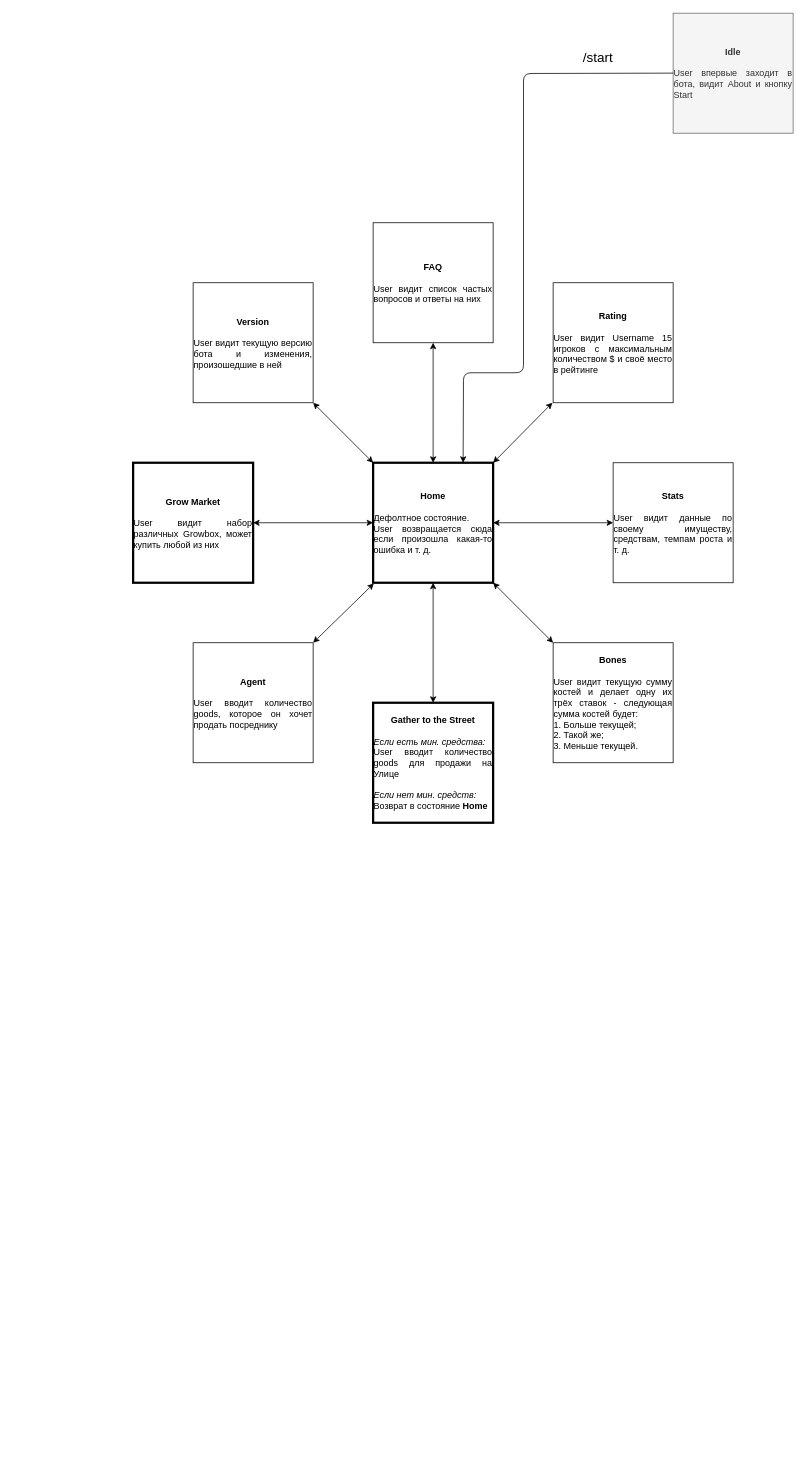
Before: materials/architecture.drawio in 4anky/growbot, a draw.io diagram. Source tidied: cells renumbered, new cells numbered last; positions are measured from the earlier drawing's top-left corner, leaving out a move shared by most shapes. Both pictures are drawn from the tidied source at 75%, with x=0, y=0 at pixel (133, 13).
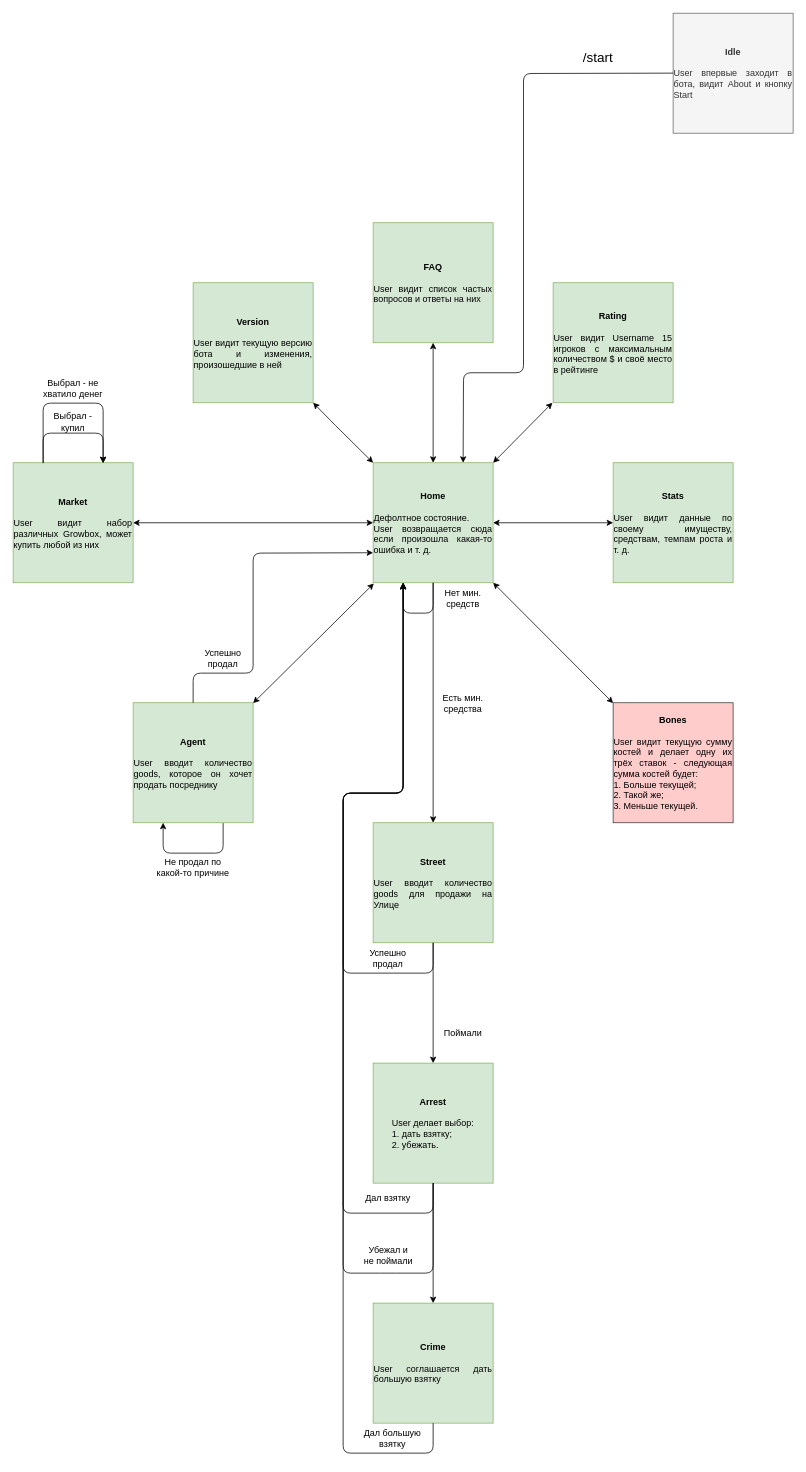
The same diagram, later.

The edit, as a diff of the source:
```diff
@@
-    <mxCell id="3" value="&lt;b&gt;Home&lt;/b&gt;&lt;br&gt;&lt;br&gt;&lt;div style=&quot;text-align: justify&quot;&gt;&lt;span&gt;Дефолтное состояние.&amp;nbsp;&lt;/span&gt;&lt;/div&gt;&lt;div style=&quot;text-align: justify&quot;&gt;&lt;span&gt;User возвращается сюда если произошла какая-то ошибка и т. д.&lt;/span&gt;&lt;/div&gt;" style="whiteSpace=wrap;html=1;strokeWidth=3;" parent="1" vertex="1">
+    <mxCell id="3" value="&lt;b&gt;Home&lt;/b&gt;&lt;br&gt;&lt;br&gt;&lt;div style=&quot;text-align: justify&quot;&gt;&lt;span&gt;Дефолтное состояние.&amp;nbsp;&lt;/span&gt;&lt;/div&gt;&lt;div style=&quot;text-align: justify&quot;&gt;&lt;span&gt;User возвращается сюда если произошла какая-то ошибка и т. д.&lt;/span&gt;&lt;/div&gt;" style="whiteSpace=wrap;html=1;strokeWidth=1;fillColor=#d5e8d4;strokeColor=#82b366;" parent="1" vertex="1">
       <mxGeometry x="320" y="599.5" width="160" height="160" as="geometry" />
     </mxCell>
-    <mxCell id="4" value="&lt;b&gt;Version&lt;/b&gt;&lt;br&gt;&lt;br&gt;&lt;div style=&quot;text-align: justify&quot;&gt;&lt;span&gt;User видит текущую версию бота и изменения, произошедшие в ней&lt;/span&gt;&lt;/div&gt;" style="whiteSpace=wrap;html=1;" parent="1" vertex="1">
+    <mxCell id="4" value="&lt;b&gt;Version&lt;/b&gt;&lt;br&gt;&lt;br&gt;&lt;div style=&quot;text-align: justify&quot;&gt;&lt;span&gt;User видит текущую версию бота и изменения, произошедшие в ней&lt;/span&gt;&lt;/div&gt;" style="whiteSpace=wrap;html=1;fillColor=#d5e8d4;strokeColor=#82b366;" parent="1" vertex="1">
       <mxGeometry x="80" y="359.5" width="160" height="160" as="geometry" />
     </mxCell>
-    <mxCell id="5" value="&lt;b&gt;Grow Market&lt;/b&gt;&lt;br&gt;&lt;br&gt;&lt;div style=&quot;text-align: justify&quot;&gt;&lt;span&gt;User видит набор различных Growbox, может купить любой из них&lt;/span&gt;&lt;/div&gt;" style="whiteSpace=wrap;html=1;strokeWidth=3;" parent="1" vertex="1">
-      <mxGeometry y="599.5" width="160" height="160" as="geometry" />
+    <mxCell id="5" value="&lt;b&gt;Market&lt;/b&gt;&lt;br&gt;&lt;br&gt;&lt;div style=&quot;text-align: justify&quot;&gt;&lt;span&gt;User видит набор различных Growbox, может купить любой из них&lt;/span&gt;&lt;/div&gt;" style="whiteSpace=wrap;html=1;strokeWidth=1;fillColor=#d5e8d4;strokeColor=#82b366;" parent="1" vertex="1">
+      <mxGeometry x="-160" y="599.5" width="160" height="160" as="geometry" />
     </mxCell>
-    <mxCell id="6" value="&lt;b&gt;Gather to the Street&lt;/b&gt;&lt;br&gt;&lt;br&gt;&lt;div style=&quot;text-align: justify&quot;&gt;&lt;i&gt;Если есть мин. средства:&lt;/i&gt;&lt;/div&gt;&lt;div style=&quot;text-align: justify&quot;&gt;&lt;span&gt;User вводит количество goods для продажи на Улице&lt;/span&gt;&lt;/div&gt;&lt;div style=&quot;text-align: justify&quot;&gt;&lt;br&gt;&lt;/div&gt;&lt;i&gt;&lt;div style=&quot;text-align: justify&quot;&gt;&lt;i&gt;Если нет мин. средств:&lt;/i&gt;&lt;/div&gt;&lt;/i&gt;&lt;div style=&quot;text-align: justify&quot;&gt;Возврат в состояние &lt;b&gt;Home&lt;/b&gt;&lt;/div&gt;" style="whiteSpace=wrap;html=1;strokeWidth=3;" parent="1" vertex="1">
-      <mxGeometry x="320" y="919.5" width="160" height="160" as="geometry" />
+    <mxCell id="6" value="&lt;b&gt;Street&lt;/b&gt;&lt;br&gt;&lt;br&gt;&lt;div style=&quot;text-align: justify&quot;&gt;&lt;span&gt;User вводит количество goods для продажи на Улице&lt;/span&gt;&lt;br&gt;&lt;/div&gt;" style="whiteSpace=wrap;html=1;strokeWidth=1;fillColor=#d5e8d4;strokeColor=#82b366;" parent="1" vertex="1">
+      <mxGeometry x="320" y="1079.5" width="160" height="160" as="geometry" />
     </mxCell>
-    <mxCell id="7" value="&lt;b&gt;Agent&lt;/b&gt;&lt;br&gt;&lt;br&gt;&lt;div style=&quot;text-align: justify&quot;&gt;&lt;span&gt;User вводит количество goods, которое он хочет продать посреднику&lt;/span&gt;&lt;/div&gt;" style="whiteSpace=wrap;html=1;" parent="1" vertex="1">
-      <mxGeometry x="80" y="839.5" width="160" height="160" as="geometry" />
+    <mxCell id="7" value="&lt;b&gt;Agent&lt;/b&gt;&lt;br&gt;&lt;br&gt;&lt;div style=&quot;text-align: justify&quot;&gt;&lt;span&gt;User вводит количество goods, которое он хочет продать посреднику&lt;/span&gt;&lt;/div&gt;" style="whiteSpace=wrap;html=1;fillColor=#d5e8d4;strokeColor=#82b366;" parent="1" vertex="1">
+      <mxGeometry y="919.5" width="160" height="160" as="geometry" />
     </mxCell>
-    <mxCell id="8" value="&lt;b&gt;Rating&lt;/b&gt;&lt;br&gt;&lt;br&gt;&lt;div style=&quot;text-align: justify&quot;&gt;&lt;span&gt;User видит Username 15 игроков с максимальным количеством $ и своё место в рейтинге&lt;/span&gt;&lt;/div&gt;" style="whiteSpace=wrap;html=1;" parent="1" vertex="1">
+    <mxCell id="8" value="&lt;b&gt;Rating&lt;/b&gt;&lt;br&gt;&lt;br&gt;&lt;div style=&quot;text-align: justify&quot;&gt;&lt;span&gt;User видит Username 15 игроков с максимальным количеством $ и своё место в рейтинге&lt;/span&gt;&lt;/div&gt;" style="whiteSpace=wrap;html=1;fillColor=#d5e8d4;strokeColor=#82b366;" parent="1" vertex="1">
       <mxGeometry x="560" y="359.5" width="160" height="160" as="geometry" />
     </mxCell>
-    <mxCell id="9" value="&lt;b&gt;Stats&lt;/b&gt;&lt;br&gt;&lt;br&gt;&lt;div style=&quot;text-align: justify&quot;&gt;&lt;span&gt;User видит данные по своему имуществу, средствам, темпам роста и т. д.&lt;/span&gt;&lt;/div&gt;" style="whiteSpace=wrap;html=1;" parent="1" vertex="1">
+    <mxCell id="9" value="&lt;b&gt;Stats&lt;/b&gt;&lt;br&gt;&lt;br&gt;&lt;div style=&quot;text-align: justify&quot;&gt;&lt;span&gt;User видит данные по своему имуществу, средствам, темпам роста и т. д.&lt;/span&gt;&lt;/div&gt;" style="whiteSpace=wrap;html=1;fillColor=#d5e8d4;strokeColor=#82b366;" parent="1" vertex="1">
       <mxGeometry x="640" y="599.5" width="160" height="160" as="geometry" />
     </mxCell>
-    <mxCell id="10" value="&lt;b&gt;Bones&lt;/b&gt;&lt;br&gt;&lt;br&gt;&lt;div style=&quot;text-align: justify&quot;&gt;&lt;span&gt;User видит текущую сумму костей и делает одну их трёх ставок - следующая сумма костей будет:&lt;/span&gt;&lt;/div&gt;&lt;div style=&quot;text-align: justify&quot;&gt;&lt;span&gt;1. Больше текущей;&lt;/span&gt;&lt;/div&gt;&lt;div style=&quot;text-align: justify&quot;&gt;&lt;span&gt;2. Такой же;&lt;/span&gt;&lt;/div&gt;&lt;div style=&quot;text-align: justify&quot;&gt;&lt;span&gt;3. Меньше текущей.&lt;/span&gt;&lt;/div&gt;" style="whiteSpace=wrap;html=1;" parent="1" vertex="1">
-      <mxGeometry x="560" y="839.5" width="160" height="160" as="geometry" />
+    <mxCell id="10" value="&lt;b&gt;Bones&lt;/b&gt;&lt;br&gt;&lt;br&gt;&lt;div style=&quot;text-align: justify&quot;&gt;&lt;span&gt;User видит текущую сумму костей и делает одну их трёх ставок - следующая сумма костей будет:&lt;/span&gt;&lt;/div&gt;&lt;div style=&quot;text-align: justify&quot;&gt;&lt;span&gt;1. Больше текущей;&lt;/span&gt;&lt;/div&gt;&lt;div style=&quot;text-align: justify&quot;&gt;&lt;span&gt;2. Такой же;&lt;/span&gt;&lt;/div&gt;&lt;div style=&quot;text-align: justify&quot;&gt;&lt;span&gt;3. Меньше текущей.&lt;/span&gt;&lt;/div&gt;" style="whiteSpace=wrap;html=1;fillColor=#ffcccc;strokeColor=#36393d;" parent="1" vertex="1">
+      <mxGeometry x="640" y="919.5" width="160" height="160" as="geometry" />
     </mxCell>
-    <mxCell id="11" value="&lt;b&gt;FAQ&lt;/b&gt;&lt;br&gt;&lt;br&gt;&lt;div style=&quot;text-align: justify&quot;&gt;&lt;span&gt;User видит список частых вопросов и ответы на них&lt;/span&gt;&lt;/div&gt;" style="whiteSpace=wrap;html=1;" parent="1" vertex="1">
+    <mxCell id="11" value="&lt;b&gt;FAQ&lt;/b&gt;&lt;br&gt;&lt;br&gt;&lt;div style=&quot;text-align: justify&quot;&gt;&lt;span&gt;User видит список частых вопросов и ответы на них&lt;/span&gt;&lt;/div&gt;" style="whiteSpace=wrap;html=1;fillColor=#d5e8d4;strokeColor=#82b366;" parent="1" vertex="1">
       <mxGeometry x="320" y="279.5" width="160" height="160" as="geometry" />
     </mxCell>
-    <mxCell id="12" style="endArrow=classic;startArrow=classic;html=1;exitX=1;exitY=0.5;exitDx=0;exitDy=0;" parent="1" edge="1" source="5">
-      <mxGeometry relative="1" as="geometry">
-        <mxPoint x="320" y="679.5" as="targetPoint" />
-      </mxGeometry>
-    </mxCell>
-    <mxCell id="13" style="endArrow=classic;startArrow=classic;html=1;" parent="1" edge="1">
-      <mxGeometry relative="1" as="geometry">
-        <mxPoint x="400" y="919.5" as="sourcePoint" />
-        <mxPoint x="400" y="759.5" as="targetPoint" />
-      </mxGeometry>
-    </mxCell>
@@
     <mxCell id="16" style="endArrow=classic;startArrow=classic;html=1;exitX=1;exitY=1;exitDx=0;exitDy=0;exitPerimeter=0;" parent="1" edge="1" source="4">
       <mxGeometry relative="1" as="geometry">
         <mxPoint x="320" y="599.5" as="targetPoint" />
+        <Array as="points">
+          <mxPoint x="270" y="550" />
+        </Array>
       </mxGeometry>
     </mxCell>
@@
-    <mxCell id="18" style="endArrow=classic;startArrow=classic;html=1;entryX=0.006;entryY=1.006;entryDx=0;entryDy=0;entryPerimeter=0;" parent="1" edge="1" target="3">
-      <mxGeometry relative="1" as="geometry">
-        <mxPoint x="240" y="839.5" as="sourcePoint" />
-      </mxGeometry>
+    <mxCell id="18" style="endArrow=classic;startArrow=classic;html=1;entryX=0.006;entryY=1.006;entryDx=0;entryDy=0;entryPerimeter=0;exitX=1;exitY=0.003;exitDx=0;exitDy=0;exitPerimeter=0;" parent="1" edge="1" source="7" target="3">
+      <mxGeometry relative="1" as="geometry" />
     </mxCell>
-    <mxCell id="19" style="endArrow=classic;startArrow=classic;html=1;" parent="1" edge="1">
+    <mxCell id="19" style="endArrow=classic;startArrow=classic;html=1;entryX=0;entryY=0.003;entryDx=0;entryDy=0;entryPerimeter=0;" parent="1" edge="1" target="10">
       <mxGeometry relative="1" as="geometry">
         <mxPoint x="480" y="759.5" as="sourcePoint" />
-        <mxPoint x="560" y="839.5" as="targetPoint" />
       </mxGeometry>
     </mxCell>
@@
+    <mxCell id="22" style="endArrow=classic;html=1;entryX=0.75;entryY=0;entryDx=0;entryDy=0;" parent="1" edge="1">
+      <mxGeometry relative="1" as="geometry">
+        <mxPoint x="400" y="759.5" as="sourcePoint" />
+        <mxPoint x="400" y="1079.5" as="targetPoint" />
+      </mxGeometry>
+    </mxCell>
+    <mxCell id="23" value="Есть мин. средства" style="text;html=1;strokeColor=none;fillColor=none;align=center;verticalAlign=middle;whiteSpace=wrap;rounded=0;" parent="1" vertex="1">
+      <mxGeometry x="410" y="909.5" width="60" height="20" as="geometry" />
+    </mxCell>
+    <mxCell id="24" style="endArrow=classic;html=1;entryX=0.5;entryY=1;entryDx=0;entryDy=0;exitX=0.75;exitY=1;exitDx=0;exitDy=0;" parent="1" edge="1">
+      <mxGeometry relative="1" as="geometry">
+        <mxPoint x="400" y="759.5" as="sourcePoint" />
+        <mxPoint x="360" y="759.5" as="targetPoint" />
+        <Array as="points">
+          <mxPoint x="400" y="800" />
+          <mxPoint x="360" y="800" />
+        </Array>
+      </mxGeometry>
+    </mxCell>
+    <mxCell id="25" value="Нет мин. средств" style="text;html=1;strokeColor=none;fillColor=none;align=center;verticalAlign=middle;whiteSpace=wrap;rounded=0;" parent="1" vertex="1">
+      <mxGeometry x="410" y="770" width="60" height="20" as="geometry" />
+    </mxCell>
+    <mxCell id="26" value="&lt;b&gt;Crime&lt;/b&gt;&lt;br&gt;&lt;br&gt;&lt;div style=&quot;text-align: justify&quot;&gt;&lt;span&gt;User соглашается дать большую взятку&lt;/span&gt;&lt;/div&gt;" style="whiteSpace=wrap;html=1;fillColor=#d5e8d4;strokeColor=#82b366;" parent="1" vertex="1">
+      <mxGeometry x="320" y="1720" width="160" height="160" as="geometry" />
+    </mxCell>
+    <mxCell id="27" value="&lt;b&gt;Arrest&lt;/b&gt;&lt;br&gt;&lt;br&gt;&lt;div style=&quot;text-align: justify&quot;&gt;&lt;span&gt;User делает выбор:&lt;/span&gt;&lt;/div&gt;&lt;div style=&quot;text-align: justify&quot;&gt;&lt;span&gt;1. дать взятку;&lt;/span&gt;&lt;/div&gt;&lt;div style=&quot;text-align: justify&quot;&gt;&lt;span&gt;2. убежать.&lt;/span&gt;&lt;/div&gt;" style="whiteSpace=wrap;html=1;fillColor=#d5e8d4;strokeColor=#82b366;" parent="1" vertex="1">
+      <mxGeometry x="320" y="1400" width="160" height="160" as="geometry" />
+    </mxCell>
+    <mxCell id="28" style="endArrow=classic;html=1;" parent="1" edge="1">
+      <mxGeometry relative="1" as="geometry">
+        <mxPoint x="400" y="1239.5" as="sourcePoint" />
+        <mxPoint x="400" y="1400" as="targetPoint" />
+      </mxGeometry>
+    </mxCell>
+    <mxCell id="29" value="Поймали" style="text;html=1;strokeColor=none;fillColor=none;align=center;verticalAlign=middle;whiteSpace=wrap;rounded=0;" parent="1" vertex="1">
+      <mxGeometry x="410" y="1350" width="60" height="20" as="geometry" />
+    </mxCell>
+    <mxCell id="30" style="endArrow=classic;html=1;" parent="1" edge="1">
+      <mxGeometry relative="1" as="geometry">
+        <mxPoint x="400" y="1239.5" as="sourcePoint" />
+        <mxPoint x="360" y="760" as="targetPoint" />
+        <Array as="points">
+          <mxPoint x="400" y="1280" />
+          <mxPoint x="280" y="1280" />
+          <mxPoint x="280" y="1040" />
+          <mxPoint x="360" y="1040" />
+        </Array>
+      </mxGeometry>
+    </mxCell>
+    <mxCell id="31" value="Успешно продал" style="text;html=1;strokeColor=none;fillColor=none;align=center;verticalAlign=middle;whiteSpace=wrap;rounded=0;" parent="1" vertex="1">
+      <mxGeometry x="310" y="1250" width="60" height="20" as="geometry" />
+    </mxCell>
+    <mxCell id="32" style="endArrow=classic;html=1;entryX=0.25;entryY=1;entryDx=0;entryDy=0;" parent="1" edge="1" target="3">
+      <mxGeometry relative="1" as="geometry">
+        <mxPoint x="400" y="1560" as="sourcePoint" />
+        <Array as="points">
+          <mxPoint x="400" y="1600" />
+          <mxPoint x="280" y="1600" />
+          <mxPoint x="280" y="1040" />
+          <mxPoint x="360" y="1040" />
+        </Array>
+      </mxGeometry>
+    </mxCell>
+    <mxCell id="33" value="Дал взятку" style="text;html=1;strokeColor=none;fillColor=none;align=center;verticalAlign=middle;whiteSpace=wrap;rounded=0;" parent="1" vertex="1">
+      <mxGeometry x="300" y="1570" width="80" height="20" as="geometry" />
+    </mxCell>
+    <mxCell id="34" style="endArrow=classic;html=1;entryX=0.25;entryY=1;entryDx=0;entryDy=0;" parent="1" edge="1" target="3">
+      <mxGeometry relative="1" as="geometry">
+        <mxPoint x="400" y="1560" as="sourcePoint" />
+        <Array as="points">
+          <mxPoint x="400" y="1680" />
+          <mxPoint x="340" y="1680" />
+          <mxPoint x="280" y="1680" />
+          <mxPoint x="280" y="1040" />
+          <mxPoint x="360" y="1040" />
+        </Array>
+      </mxGeometry>
+    </mxCell>
+    <mxCell id="35" value="Убежал и &lt;br&gt;не поймали" style="text;html=1;align=center;verticalAlign=top;spacingTop=-4;" parent="1" vertex="1">
+      <mxGeometry x="300" y="1640" width="80" height="30" as="geometry" />
+    </mxCell>
+    <mxCell id="36" style="endArrow=classic;html=1;" parent="1" edge="1">
+      <mxGeometry relative="1" as="geometry">
+        <mxPoint x="400" y="1560" as="sourcePoint" />
+        <mxPoint x="400" y="1720" as="targetPoint" />
+      </mxGeometry>
+    </mxCell>
+    <mxCell id="37" style="endArrow=classic;html=1;entryX=0.25;entryY=1;entryDx=0;entryDy=0;" parent="1" edge="1" target="3">
+      <mxGeometry relative="1" as="geometry">
+        <mxPoint x="400" y="1880" as="sourcePoint" />
+        <Array as="points">
+          <mxPoint x="400" y="1920" />
+          <mxPoint x="280" y="1920" />
+          <mxPoint x="280" y="1040" />
+          <mxPoint x="360" y="1040" />
+        </Array>
+      </mxGeometry>
+    </mxCell>
+    <mxCell id="38" value="Дал большую взятку" style="text;html=1;strokeColor=none;fillColor=none;align=center;verticalAlign=middle;whiteSpace=wrap;rounded=0;" parent="1" vertex="1">
+      <mxGeometry x="305.5" y="1890" width="80" height="20" as="geometry" />
+    </mxCell>
+    <mxCell id="39" value="Выбрал - купил" style="text;html=1;strokeColor=none;fillColor=none;align=center;verticalAlign=middle;whiteSpace=wrap;rounded=0;" parent="1" vertex="1">
+      <mxGeometry x="-110" y="535" width="60" height="20" as="geometry" />
+    </mxCell>
+    <mxCell id="40" style="endArrow=classic;html=1;" parent="1" edge="1">
+      <mxGeometry relative="1" as="geometry">
+        <mxPoint x="-120" y="599.5" as="sourcePoint" />
+        <mxPoint x="-40" y="600" as="targetPoint" />
+        <Array as="points">
+          <mxPoint x="-120" y="560" />
+          <mxPoint x="-40" y="560" />
+        </Array>
+      </mxGeometry>
+    </mxCell>
+    <mxCell id="41" style="endArrow=classic;html=1;" parent="1" edge="1">
+      <mxGeometry relative="1" as="geometry">
+        <mxPoint x="-120" y="600" as="sourcePoint" />
+        <mxPoint x="-40" y="600" as="targetPoint" />
+        <Array as="points">
+          <mxPoint x="-120" y="520" />
+          <mxPoint x="-40" y="520" />
+        </Array>
+      </mxGeometry>
+    </mxCell>
+    <mxCell id="42" value="Выбрал - не хватило денег" style="text;html=1;strokeColor=none;fillColor=none;align=center;verticalAlign=middle;whiteSpace=wrap;rounded=0;" parent="1" vertex="1">
+      <mxGeometry x="-125" y="490" width="90" height="20" as="geometry" />
+    </mxCell>
+    <mxCell id="43" style="endArrow=classic;startArrow=classic;html=1;entryX=0;entryY=0.5;entryDx=0;entryDy=0;" parent="1" edge="1" target="3">
+      <mxGeometry relative="1" as="geometry">
+        <mxPoint y="679.5" as="sourcePoint" />
+      </mxGeometry>
+    </mxCell>
+    <mxCell id="44" style="endArrow=classic;html=1;entryX=0;entryY=0.75;entryDx=0;entryDy=0;exitX=0.5;exitY=0;exitDx=0;exitDy=0;" parent="1" edge="1" source="7" target="3">
+      <mxGeometry relative="1" as="geometry">
+        <Array as="points">
+          <mxPoint x="80" y="880" />
+          <mxPoint x="160" y="880" />
+          <mxPoint x="160" y="720" />
+        </Array>
+      </mxGeometry>
+    </mxCell>
+    <mxCell id="45" value="Успешно продал" style="text;html=1;strokeColor=none;fillColor=none;align=center;verticalAlign=middle;whiteSpace=wrap;rounded=0;" parent="1" vertex="1">
+      <mxGeometry x="90" y="850" width="60" height="20" as="geometry" />
+    </mxCell>
+    <mxCell id="46" style="endArrow=classic;html=1;entryX=0.25;entryY=1;entryDx=0;entryDy=0;" parent="1" edge="1" target="7">
+      <mxGeometry relative="1" as="geometry">
+        <mxPoint x="120" y="1080" as="sourcePoint" />
+        <Array as="points">
+          <mxPoint x="120" y="1120" />
+          <mxPoint x="40" y="1120" />
+        </Array>
+      </mxGeometry>
+    </mxCell>
+    <mxCell id="47" value="Не продал по какой-то причине" style="text;html=1;strokeColor=none;fillColor=none;align=center;verticalAlign=middle;whiteSpace=wrap;rounded=0;" parent="1" vertex="1">
+      <mxGeometry x="30" y="1129" width="100" height="20" as="geometry" />
+    </mxCell>
```
